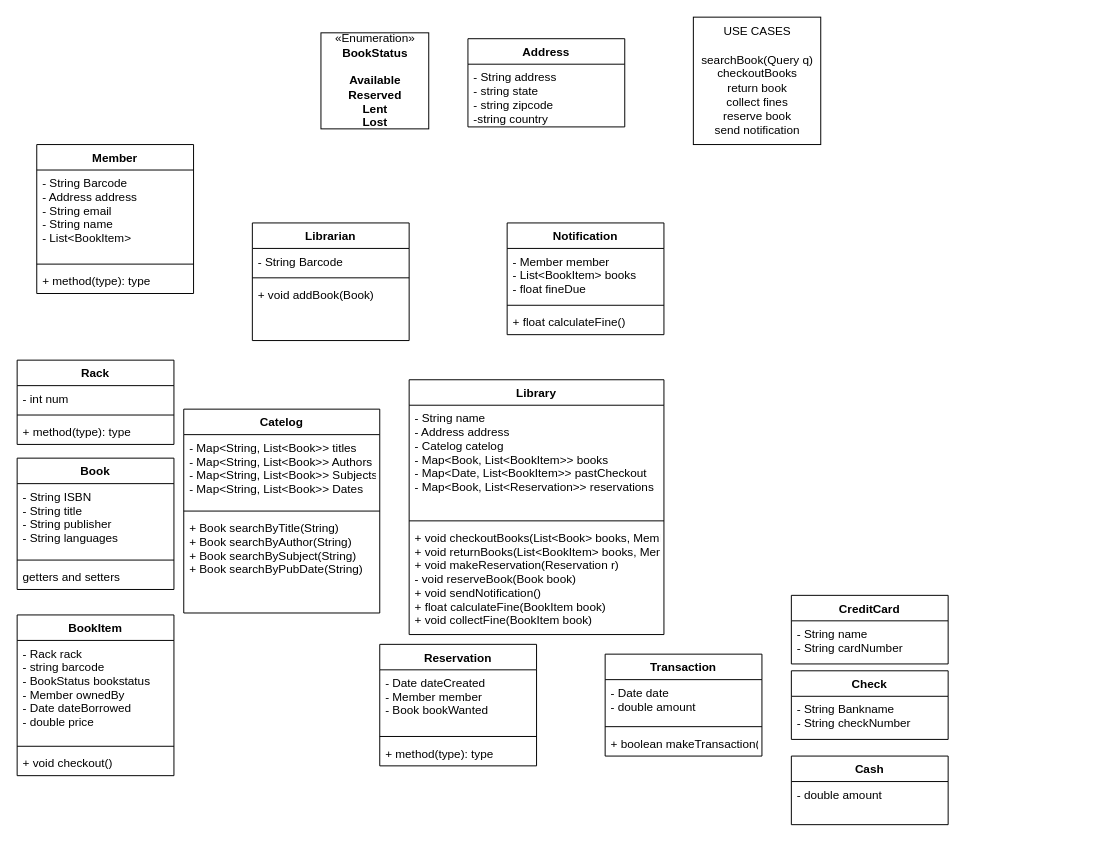
ziwang0411/Draw.io-Repo keeps this draw.io diagram as Library.drawio. Above is the earlier version. Source tidied: cells renumbered, new cells numbered last; positions are measured from the earlier drawing's top-left corner, leaving out a move shared by most shapes. Both pictures are drawn from the tidied source at 98%, with x=0, y=0 at pixel (17, 17).
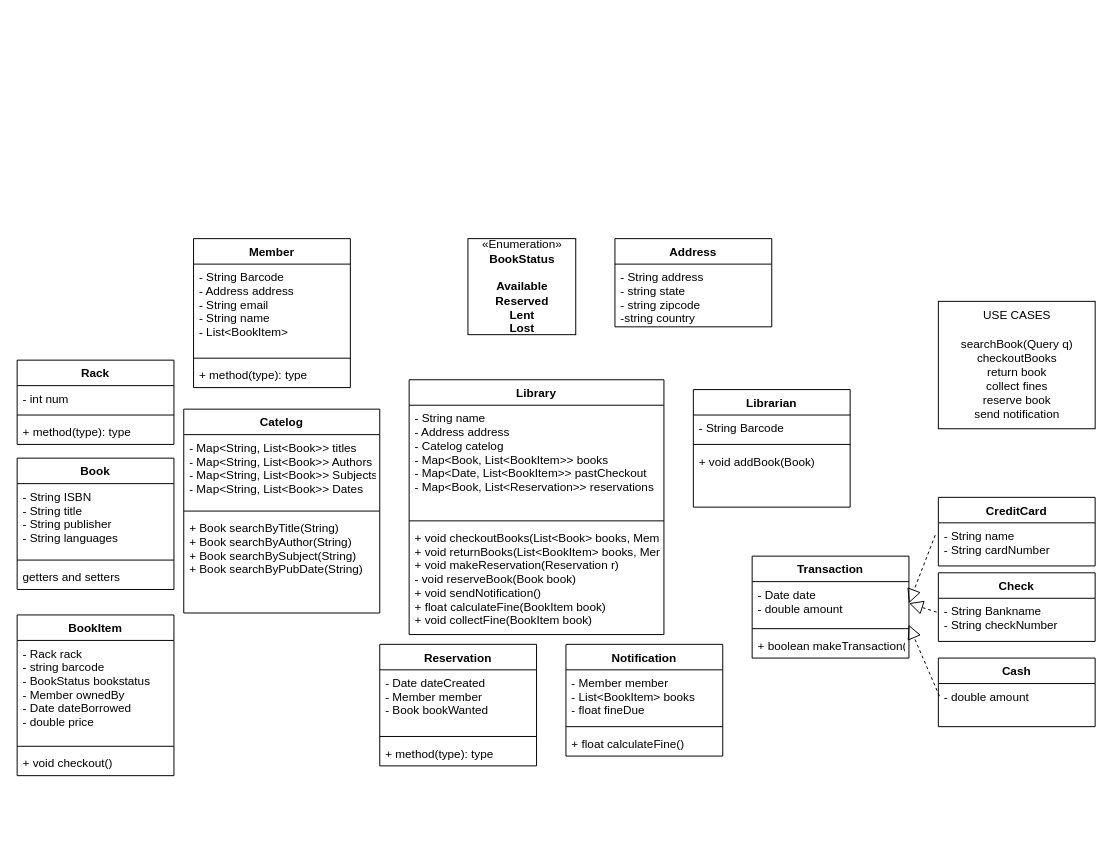
The same diagram, later.

Unchanged cells that the change refers to:
```xml
<mxCell id="43" value="- Date date&#10;- double amount" style="text;strokeColor=none;fillColor=none;align=left;verticalAlign=top;spacingLeft=4;spacingRight=4;overflow=hidden;points=[[0,0.5],[1,0.5]];portConstraint=eastwest;" parent="42" vertex="1">
  <mxGeometry y="26" width="160" height="44" as="geometry" />
</mxCell>
<mxCell id="47" value="- String name&#10;- String cardNumber" style="text;strokeColor=none;fillColor=none;align=left;verticalAlign=top;spacingLeft=4;spacingRight=4;overflow=hidden;points=[[0,0.5],[1,0.5]];portConstraint=eastwest;" parent="46" vertex="1">
  <mxGeometry y="26" width="160" height="44" as="geometry" />
</mxCell>
<mxCell id="49" value="- String Bankname&#10;- String checkNumber" style="text;strokeColor=none;fillColor=none;align=left;verticalAlign=top;spacingLeft=4;spacingRight=4;overflow=hidden;points=[[0,0.5],[1,0.5]];portConstraint=eastwest;" parent="48" vertex="1">
  <mxGeometry y="26" width="160" height="44" as="geometry" />
</mxCell>
<mxCell id="51" value="- double amount" style="text;strokeColor=none;fillColor=none;align=left;verticalAlign=top;spacingLeft=4;spacingRight=4;overflow=hidden;points=[[0,0.5],[1,0.5]];portConstraint=eastwest;" parent="50" vertex="1">
  <mxGeometry y="26" width="160" height="44" as="geometry" />
</mxCell>
```

What changed in the source:
```diff
@@
     <mxCell id="18" value="Member" style="swimlane;fontStyle=1;align=center;verticalAlign=top;horizontal=1;startSize=26;" parent="1" vertex="1">
-      <mxGeometry x="20" y="130" width="160" height="152" as="geometry" />
+      <mxGeometry x="180" y="226" width="160" height="152" as="geometry" />
     </mxCell>
@@
     <mxCell id="26" value="USE CASES&lt;br&gt;&lt;br&gt;searchBook(Query q)&lt;br&gt;checkoutBooks&lt;br&gt;return book&lt;br&gt;collect fines&lt;br&gt;reserve book&lt;br&gt;send notification" style="html=1;" parent="1" vertex="1">
-      <mxGeometry x="690" width="130" height="130" as="geometry" />
+      <mxGeometry x="940" y="290" width="160" height="130" as="geometry" />
     </mxCell>
     <mxCell id="27" value="Notification" style="swimlane;fontStyle=1;align=center;verticalAlign=top;horizontal=1;startSize=26;" parent="1" vertex="1">
-      <mxGeometry x="500" y="210" width="160" height="114" as="geometry" />
+      <mxGeometry x="560" y="640" width="160" height="114" as="geometry" />
     </mxCell>
@@
     <mxCell id="31" value="Librarian" style="swimlane;fontStyle=1;align=center;verticalAlign=top;horizontal=1;startSize=26;" parent="1" vertex="1">
-      <mxGeometry x="240" y="210" width="160" height="120" as="geometry" />
+      <mxGeometry x="690" y="380" width="160" height="120" as="geometry" />
     </mxCell>
@@
     <mxCell id="35" value="Address" style="swimlane;fontStyle=1;align=center;verticalAlign=top;horizontal=1;startSize=26;" parent="1" vertex="1">
-      <mxGeometry x="460" y="22" width="160" height="90" as="geometry" />
+      <mxGeometry x="610" y="226" width="160" height="90" as="geometry" />
     </mxCell>
@@
     <mxCell id="41" value="«Enumeration»&lt;br&gt;&lt;b&gt;BookStatus&lt;br&gt;&lt;br&gt;Available&lt;br&gt;Reserved&lt;br&gt;Lent&lt;br&gt;Lost&lt;br&gt;&lt;/b&gt;" style="html=1;" parent="1" vertex="1">
-      <mxGeometry x="310" y="16" width="110" height="98" as="geometry" />
+      <mxGeometry x="460" y="226" width="110" height="98" as="geometry" />
     </mxCell>
     <mxCell id="42" value="Transaction" style="swimlane;fontStyle=1;align=center;verticalAlign=top;horizontal=1;startSize=26;" parent="1" vertex="1">
-      <mxGeometry x="600" y="650" width="160" height="104" as="geometry" />
+      <mxGeometry x="750" y="550" width="160" height="104" as="geometry" />
     </mxCell>
@@
     <mxCell id="46" value="CreditCard" style="swimlane;fontStyle=1;align=center;verticalAlign=top;horizontal=1;startSize=26;" parent="1" vertex="1">
-      <mxGeometry x="790" y="590" width="160" height="70" as="geometry" />
+      <mxGeometry x="940" y="490" width="160" height="70" as="geometry" />
     </mxCell>
@@
     <mxCell id="48" value="Check&#10;" style="swimlane;fontStyle=1;align=center;verticalAlign=top;horizontal=1;startSize=26;" parent="1" vertex="1">
-      <mxGeometry x="790" y="667" width="160" height="70" as="geometry" />
+      <mxGeometry x="940" y="567" width="160" height="70" as="geometry" />
     </mxCell>
@@
     <mxCell id="50" value="Cash" style="swimlane;fontStyle=1;align=center;verticalAlign=top;horizontal=1;startSize=26;" parent="1" vertex="1">
-      <mxGeometry x="790" y="754" width="160" height="70" as="geometry" />
+      <mxGeometry x="940" y="654" width="160" height="70" as="geometry" />
     </mxCell>
@@
+    <mxCell id="52" style="endArrow=block;dashed=1;endFill=0;endSize=12;html=1;entryX=1;entryY=0.5;entryDx=0;entryDy=0;exitX=-0.02;exitY=0.286;exitDx=0;exitDy=0;exitPerimeter=0;" parent="1" edge="1" source="47" target="43">
+      <mxGeometry relative="1" as="geometry" />
+    </mxCell>
+    <mxCell id="53" style="endArrow=block;dashed=1;endFill=0;endSize=12;html=1;entryX=1;entryY=0.5;entryDx=0;entryDy=0;exitX=-0.011;exitY=0.321;exitDx=0;exitDy=0;exitPerimeter=0;" parent="1" edge="1" source="49" target="43">
+      <mxGeometry relative="1" as="geometry" />
+    </mxCell>
+    <mxCell id="54" style="endArrow=block;dashed=1;endFill=0;endSize=12;html=1;entryX=0.998;entryY=1;entryDx=0;entryDy=0;exitX=0.007;exitY=0.292;exitDx=0;exitDy=0;exitPerimeter=0;entryPerimeter=0;" parent="1" edge="1" source="51" target="43">
+      <mxGeometry relative="1" as="geometry" />
+    </mxCell>
```
